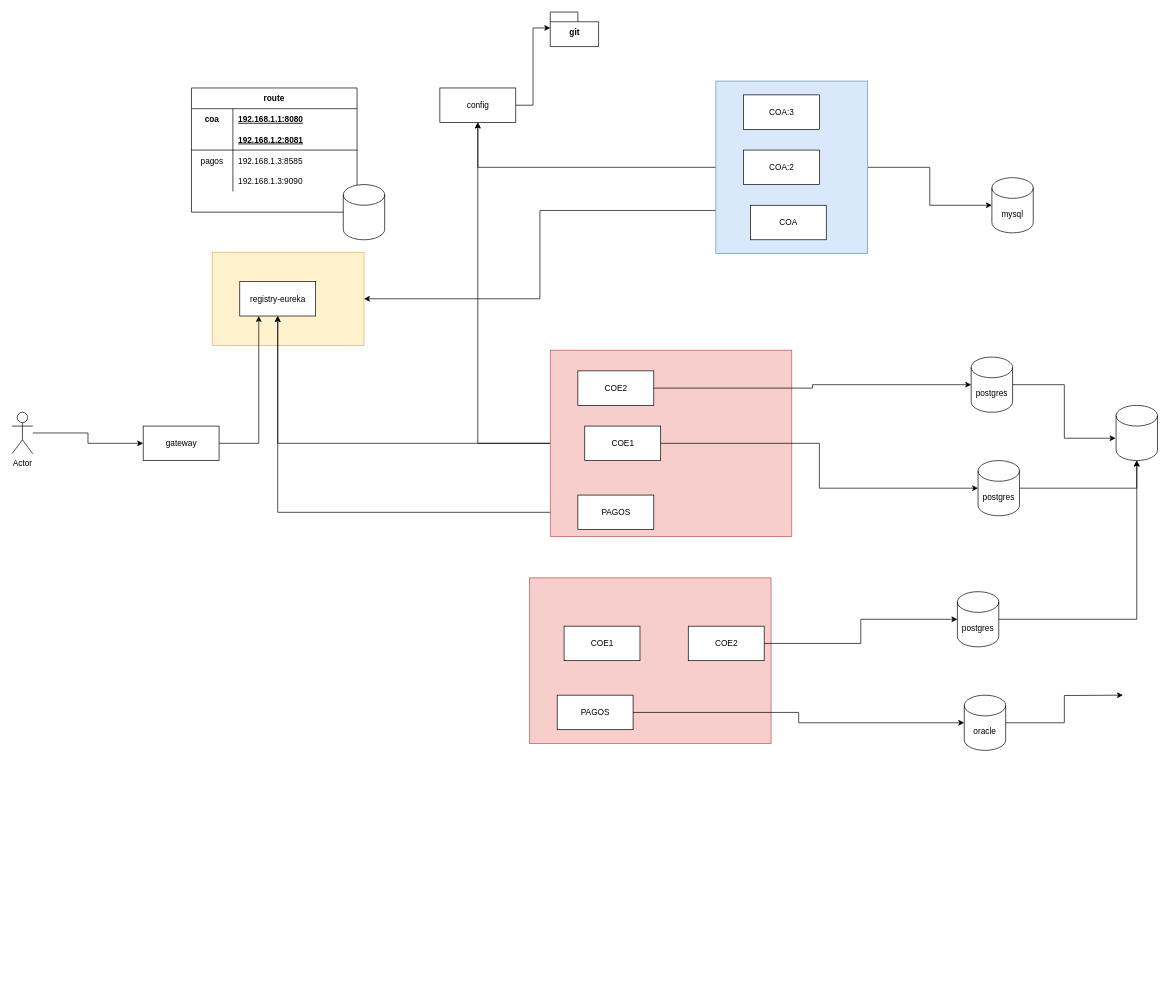
Above: page "Página-3" (3 of 5) of diagramas.drawio in gocahum/sistema-academia (draw.io), before the change. Source tidied: cells renumbered, new cells numbered last; positions are measured from the earlier drawing's top-left corner, leaving out a move shared by most shapes. Both pictures are drawn from the tidied source at 69%, with x=0, y=0 at pixel (12, 12).
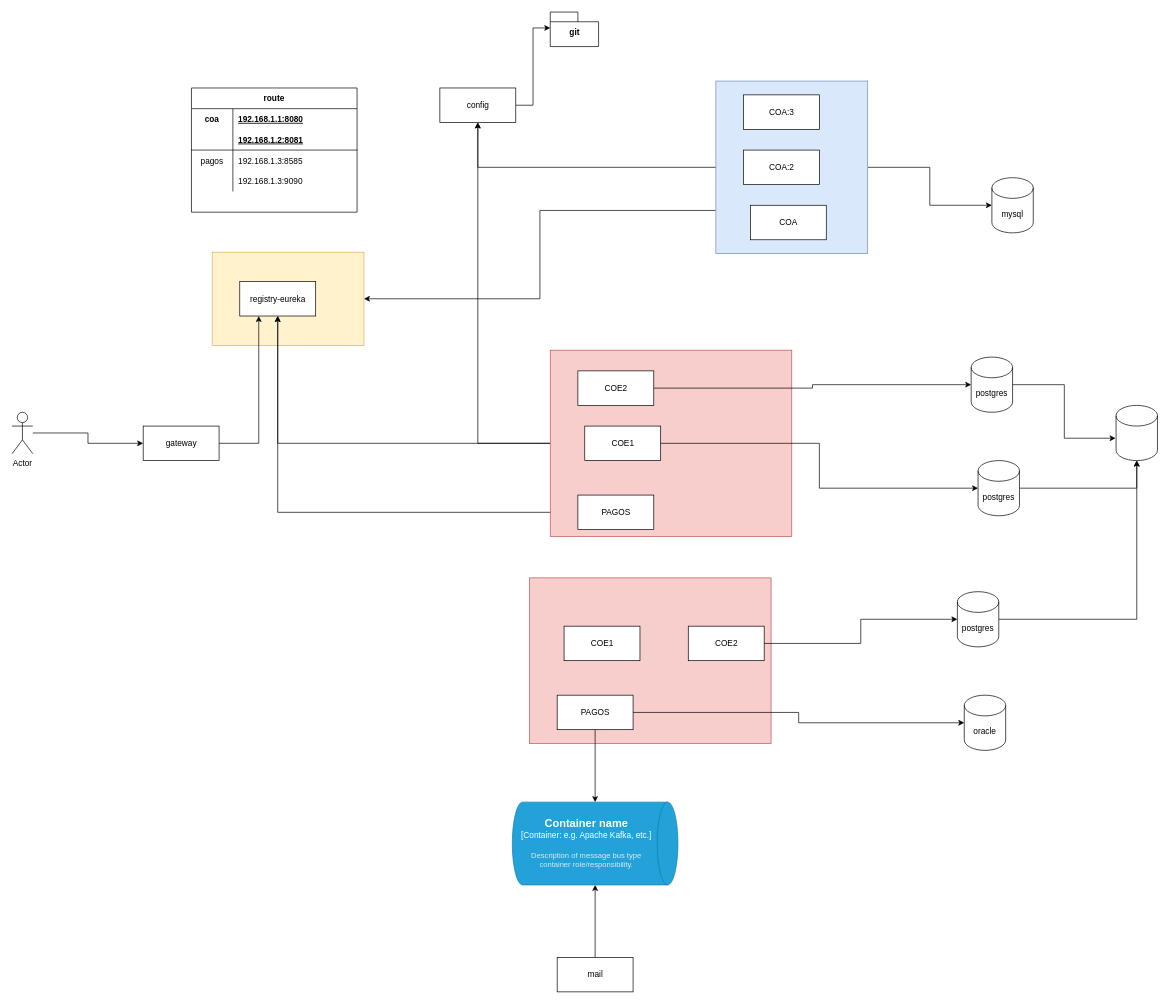
After the change.

Unchanged cells that the change refers to:
```xml
<mxCell id="42" value="PAGOS" style="html=1;" parent="39" vertex="1">
  <mxGeometry x="40" y="170" width="110" height="50" as="geometry" />
</mxCell>
<mxCell id="56" value="oracle" style="shape=cylinder3;whiteSpace=wrap;html=1;boundedLbl=1;backgroundOutline=1;size=15;" parent="1" vertex="1">
  <mxGeometry x="1380" y="990" width="60" height="80" as="geometry" />
</mxCell>
```

Change to the diagram source:
```diff
@@
-    <mxCell id="44" style="shape=cylinder3;whiteSpace=wrap;html=1;boundedLbl=1;backgroundOutline=1;size=15;" parent="1" vertex="1">
-      <mxGeometry x="480" y="250" width="60" height="80" as="geometry" />
-    </mxCell>
@@
-    <mxCell id="55" style="edgeStyle=orthogonalEdgeStyle;rounded=0;jettySize=auto;html=1;entryX=0.5;entryY=1;entryDx=0;entryDy=0;entryPerimeter=0;" parent="1" edge="1" source="56">
-      <mxGeometry relative="1" as="geometry">
-        <mxPoint x="1610" y="990" as="targetPoint" />
-      </mxGeometry>
-    </mxCell>
@@
+    <mxCell id="59" style="edgeStyle=orthogonalEdgeStyle;rounded=0;jettySize=auto;html=1;entryX=1;entryY=0.5;entryDx=0;entryDy=0;entryPerimeter=0;" parent="1" edge="1" source="60" target="61">
+      <mxGeometry relative="1" as="geometry" />
+    </mxCell>
+    <mxCell id="60" value="mail" style="html=1;" parent="1" vertex="1">
+      <mxGeometry x="790" y="1370" width="110" height="50" as="geometry" />
+    </mxCell>
+    <object id="61" label="&lt;font style=&quot;font-size: 16px&quot;&gt;&lt;b&gt;%c4Type%&lt;/b&gt;&lt;/font&gt;&lt;div&gt;[%c4Container%:&amp;nbsp;%c4Technology%]&lt;/div&gt;&lt;br&gt;&lt;div&gt;&lt;font style=&quot;font-size: 11px&quot;&gt;&lt;font color=&quot;#E6E6E6&quot;&gt;%c4Description%&lt;/font&gt;&lt;/div&gt;" c4Container="Container" c4Description="Description of message bus type container role/responsibility." c4Technology="e.g. Apache Kafka, etc." c4Type="Container name" placeholders="1">
+      <mxCell style="shape=cylinder3;size=15;direction=south;whiteSpace=wrap;html=1;boundedLbl=1;rounded=0;labelBackgroundColor=none;fillColor=#23A2D9;fontSize=12;fontColor=#ffffff;align=center;strokeColor=#0E7DAD;points=[[0.5,0,0],[1,0.25,0],[1,0.5,0],[1,0.75,0],[0.5,1,0],[0,0.75,0],[0,0.5,0],[0,0.25,0]];" parent="1" vertex="1">
+        <mxGeometry x="725" y="1145" width="240" height="120" as="geometry" />
+      </mxCell>
+    </object>
+    <mxCell id="62" style="edgeStyle=orthogonalEdgeStyle;rounded=0;jettySize=auto;html=1;" parent="1" edge="1" source="42" target="61">
+      <mxGeometry relative="1" as="geometry" />
+    </mxCell>
```
